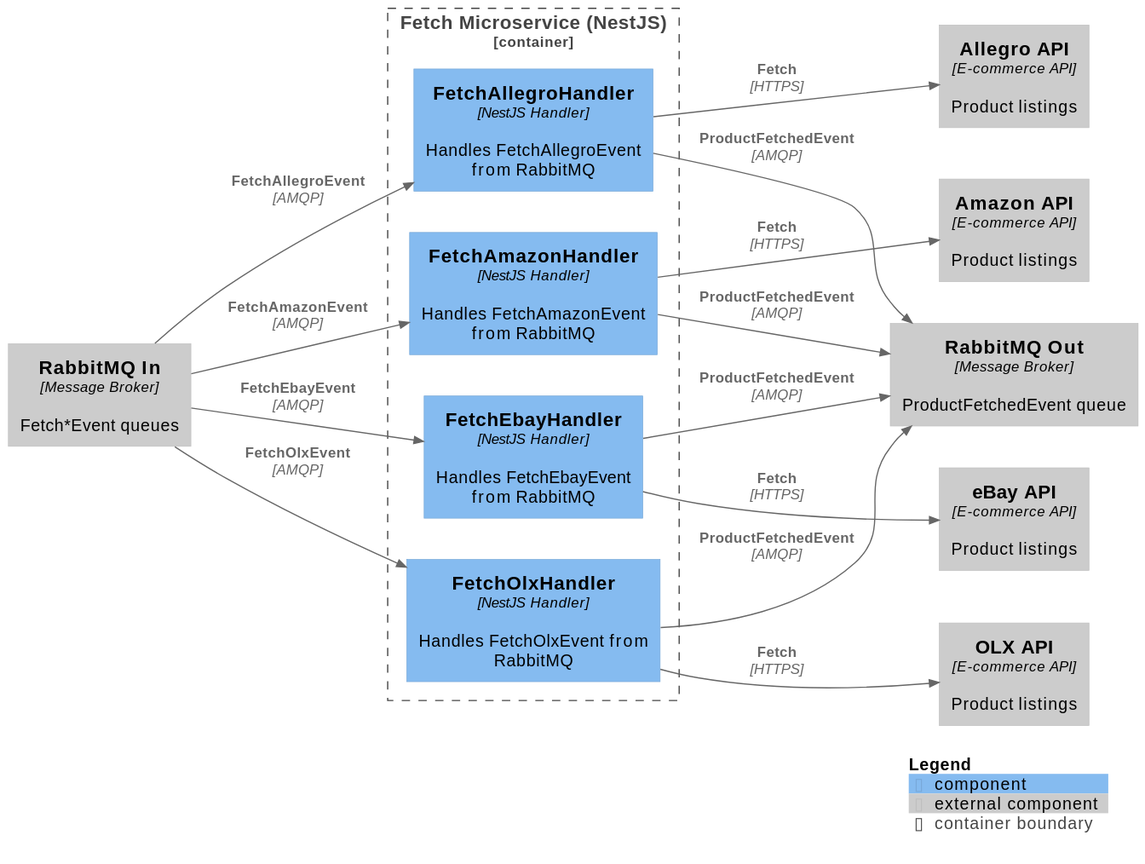
Generacja-Cuzi/ai-present-finder keeps this PlantUML diagram as docs/C4_v0.2.0/C4_Component_Fetch.svg. Above is the earlier version.
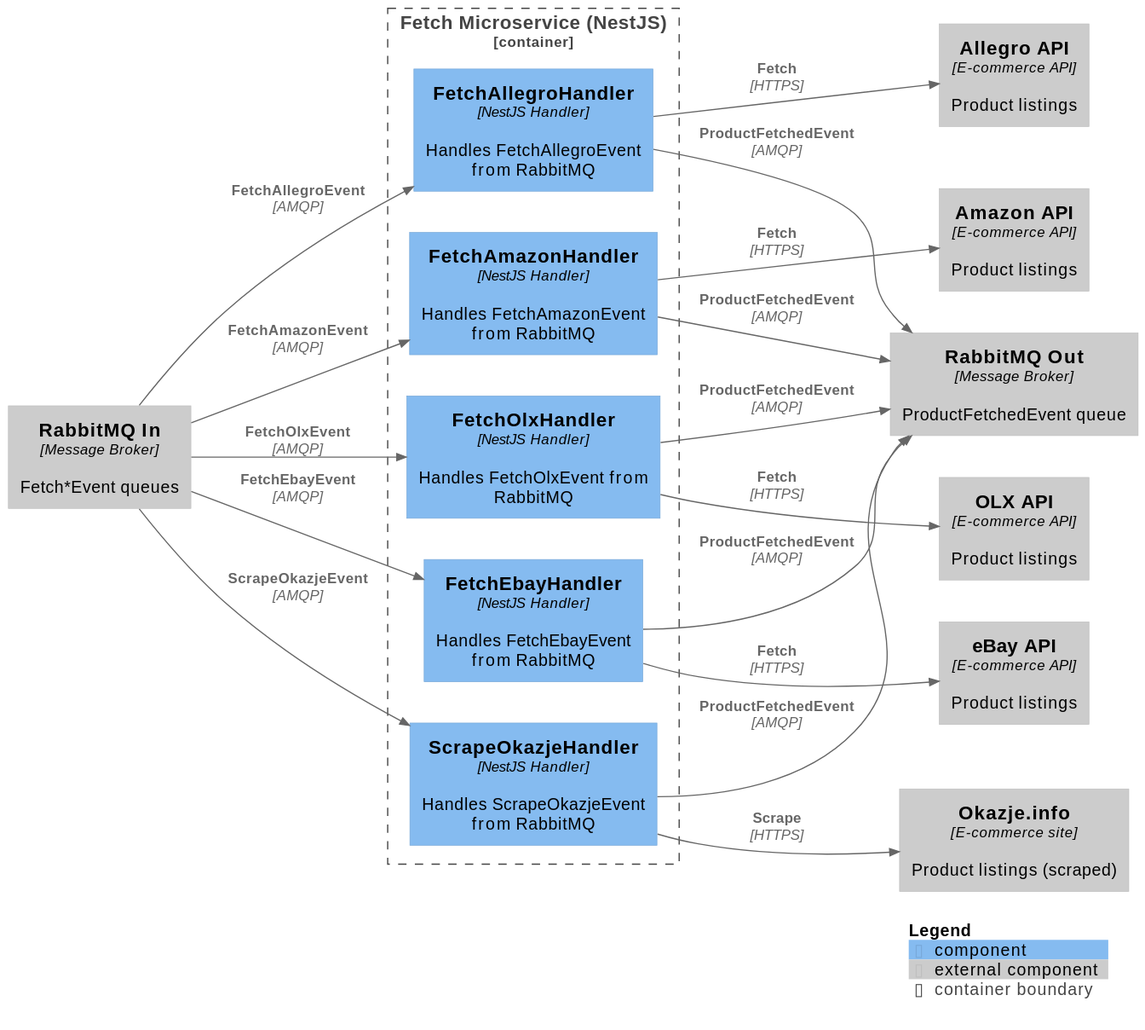
The same file after the commit.

What changed in the source:
```diff
@@ -8,6 +8,7 @@
   Component(amazon_handler, "FetchAmazonHandler", "NestJS Handler", "Handles FetchAmazonEvent from RabbitMQ")
   Component(ebay_handler, "FetchEbayHandler", "NestJS Handler", "Handles FetchEbayEvent from RabbitMQ")
   Component(olx_handler, "FetchOlxHandler", "NestJS Handler", "Handles FetchOlxEvent from RabbitMQ")
+  Component(okazje_handler, "ScrapeOkazjeHandler", "NestJS Handler", "Handles ScrapeOkazjeEvent from RabbitMQ")
 }
 
 Component_Ext(rabbitmq_in, "RabbitMQ In", "Message Broker", "Fetch*Event queues")
@@ -16,21 +17,25 @@
 Component_Ext(amazon_api, "Amazon API", "E-commerce API", "Product listings")
 Component_Ext(ebay_api, "eBay API", "E-commerce API", "Product listings")
 Component_Ext(olx_api, "OLX API", "E-commerce API", "Product listings")
+Component_Ext(okazje_site, "Okazje.info", "E-commerce site", "Product listings (scraped)")
 
 Rel(rabbitmq_in, allegro_handler, "FetchAllegroEvent", "AMQP")
 Rel(rabbitmq_in, amazon_handler, "FetchAmazonEvent", "AMQP")
 Rel(rabbitmq_in, ebay_handler, "FetchEbayEvent", "AMQP")
 Rel(rabbitmq_in, olx_handler, "FetchOlxEvent", "AMQP")
+Rel(rabbitmq_in, okazje_handler, "ScrapeOkazjeEvent", "AMQP")
 
 Rel(allegro_handler, allegro_api, "Fetch", "HTTPS")
 Rel(amazon_handler, amazon_api, "Fetch", "HTTPS")
 Rel(ebay_handler, ebay_api, "Fetch", "HTTPS")
 Rel(olx_handler, olx_api, "Fetch", "HTTPS")
+Rel(okazje_handler, okazje_site, "Scrape", "HTTPS")
 
 Rel(allegro_handler, rabbitmq_out, "ProductFetchedEvent", "AMQP")
 Rel(amazon_handler, rabbitmq_out, "ProductFetchedEvent", "AMQP")
 Rel(ebay_handler, rabbitmq_out, "ProductFetchedEvent", "AMQP")
 Rel(olx_handler, rabbitmq_out, "ProductFetchedEvent", "AMQP")
+Rel(okazje_handler, rabbitmq_out, "ProductFetchedEvent", "AMQP")
 
 SHOW_LEGEND()
 @enduml
```
